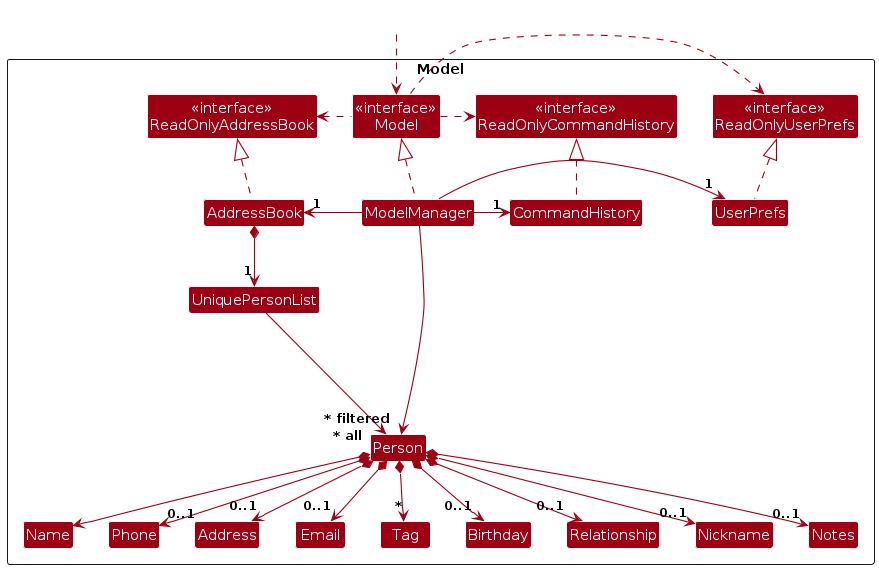
Benjam11n/tp keeps this PlantUML diagram as diagrams/ModelClassDiagram.png. Above is the earlier version. Its source is kept beside it as diagrams/ModelClassDiagram.puml.
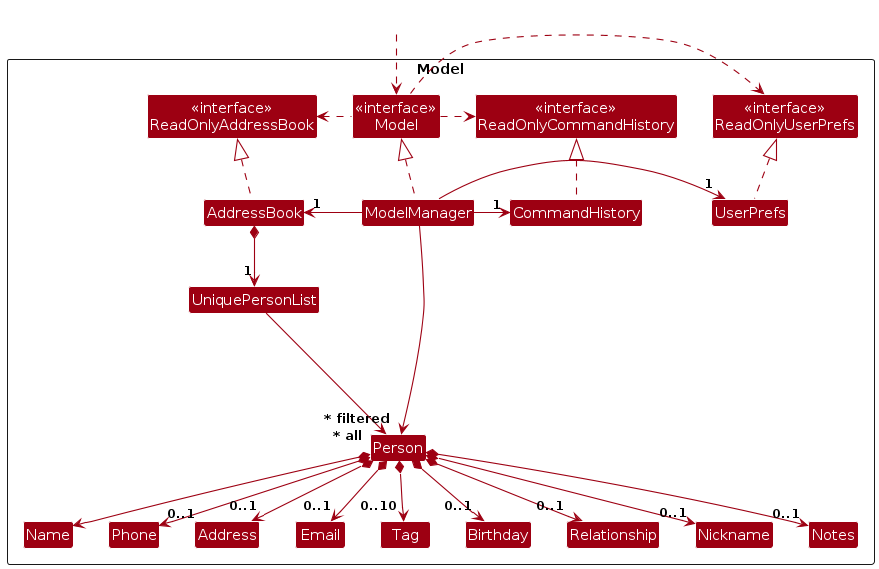
Later version of the same file.

The edit, as a diff of the source:
```diff
@@ -50,7 +50,7 @@
 Person *--> "0..1" Phone
 Person *--> "0..1" Email
 Person *--> "0..1" Address
-Person *--> "*" Tag
+Person *--> "0..10" Tag
 Person *--> "0..1" Birthday
 Person *--> "0..1" Relationship
 Person *--> "0..1" Nickname
```
